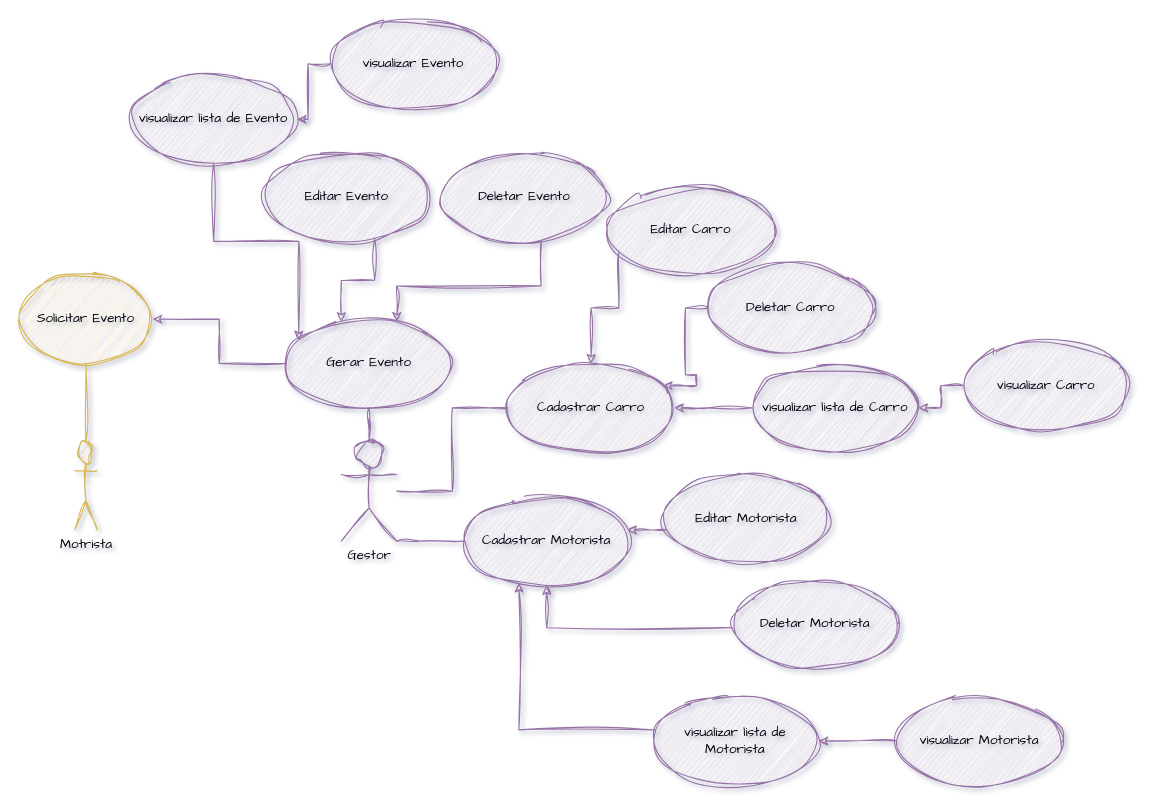
Above: frota/CasoDeUsoFrota.drawio in ADS-Unifg/Diagramas (draw.io), before the change. Source tidied: cells renumbered, new cells numbered last; positions are measured from the earlier drawing's top-left corner, leaving out a move shared by most shapes. Both pictures are drawn from the tidied source at 111%, with x=0, y=0 at pixel (19, 19).
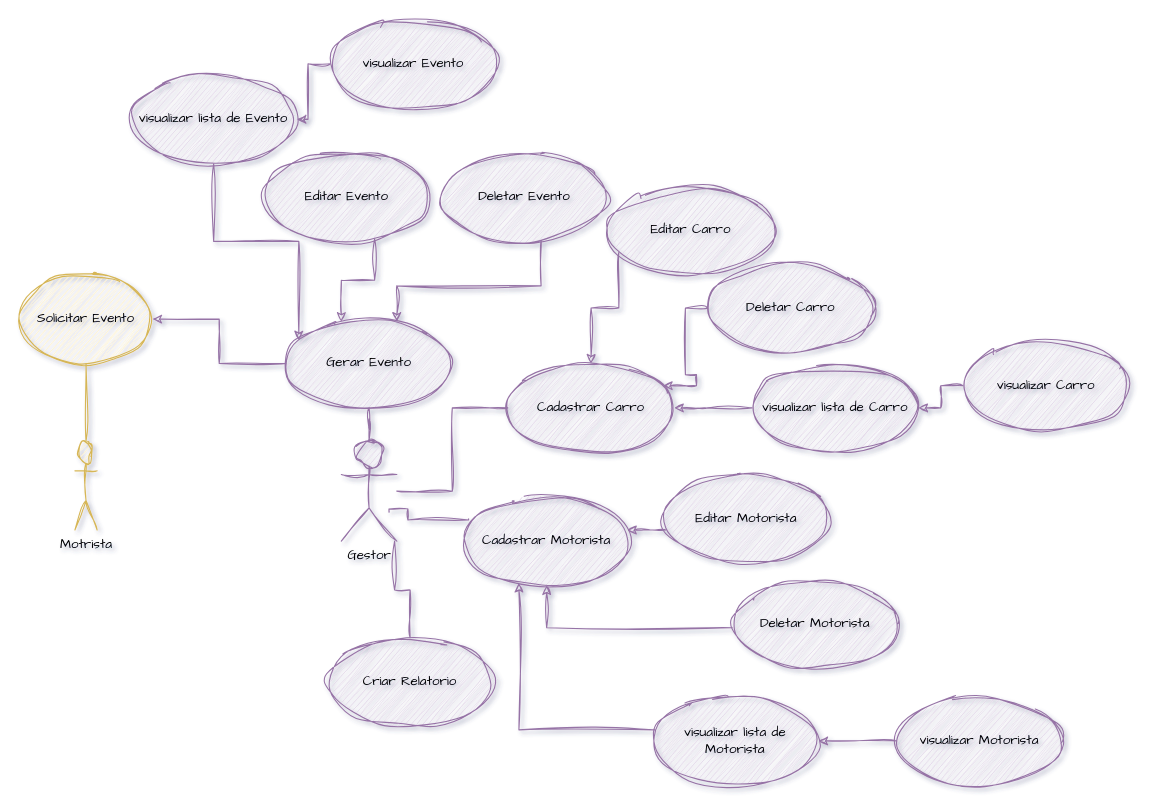
After the change.

The change refers to these unchanged cells:
```xml
<mxCell id="2" value="&lt;div&gt;Gestor&lt;/div&gt;" style="shape=umlActor;verticalLabelPosition=bottom;verticalAlign=top;html=1;outlineConnect=0;sketch=1;hachureGap=4;jiggle=2;curveFitting=1;fontFamily=Architects Daughter;fillColor=#e1d5e7;strokeColor=#9673a6;" parent="1" vertex="1">
  <mxGeometry x="290" y="380" width="50" height="90" as="geometry" />
</mxCell>
<mxCell id="17" value="&lt;div&gt;Cadastrar Motorista&lt;/div&gt;" style="ellipse;whiteSpace=wrap;html=1;sketch=1;hachureGap=4;jiggle=2;curveFitting=1;fontFamily=Architects Daughter;fillColor=#e1d5e7;strokeColor=#9673a6;" parent="1" vertex="1">
  <mxGeometry x="400" y="430" width="150" height="80" as="geometry" />
</mxCell>
```

What changed in the source:
```diff
@@
-    <mxCell id="26" style="edgeStyle=orthogonalEdgeStyle;rounded=0;sketch=1;hachureGap=4;jiggle=2;curveFitting=1;jettySize=auto;html=1;entryX=1;entryY=1;entryDx=0;entryDy=0;entryPerimeter=0;fontFamily=Architects Daughter;endArrow=none;startFill=0;fillColor=#e1d5e7;strokeColor=#9673a6;" parent="1" edge="1" source="17" target="2">
+    <mxCell id="26" style="edgeStyle=orthogonalEdgeStyle;rounded=0;sketch=1;hachureGap=4;jiggle=2;curveFitting=1;orthogonalLoop=1;jettySize=auto;html=1;fontFamily=Architects Daughter;endArrow=none;startFill=0;fillColor=#e1d5e7;strokeColor=#9673a6;" parent="1" edge="1">
       <mxGeometry relative="1" as="geometry">
+        <mxPoint x="404.7" y="450" as="sourcePoint" />
+        <mxPoint x="333" y="444" as="targetPoint" />
         <Array as="points">
-          <mxPoint x="360" y="470" />
-          <mxPoint x="360" y="470" />
+          <mxPoint x="405" y="451" />
+          <mxPoint x="350" y="451" />
+          <mxPoint x="350" y="441" />
         </Array>
       </mxGeometry>
     </mxCell>
@@
+    <mxCell id="37" style="edgeStyle=orthogonalEdgeStyle;rounded=0;sketch=1;hachureGap=4;jiggle=2;curveFitting=1;jettySize=auto;html=1;fontFamily=Architects Daughter;fillColor=#e1d5e7;strokeColor=#9673a6;endArrow=none;startFill=0;" parent="1" edge="1" source="38" target="2">
+      <mxGeometry relative="1" as="geometry">
+        <Array as="points">
+          <mxPoint x="352" y="514" />
+          <mxPoint x="338" y="514" />
+        </Array>
+      </mxGeometry>
+    </mxCell>
+    <mxCell id="38" value="Criar Relatorio" style="ellipse;whiteSpace=wrap;html=1;sketch=1;hachureGap=4;jiggle=2;curveFitting=1;fontFamily=Architects Daughter;fillColor=#e1d5e7;strokeColor=#9673a6;" parent="1" vertex="1">
+      <mxGeometry x="277" y="557" width="150" height="80" as="geometry" />
+    </mxCell>
```
